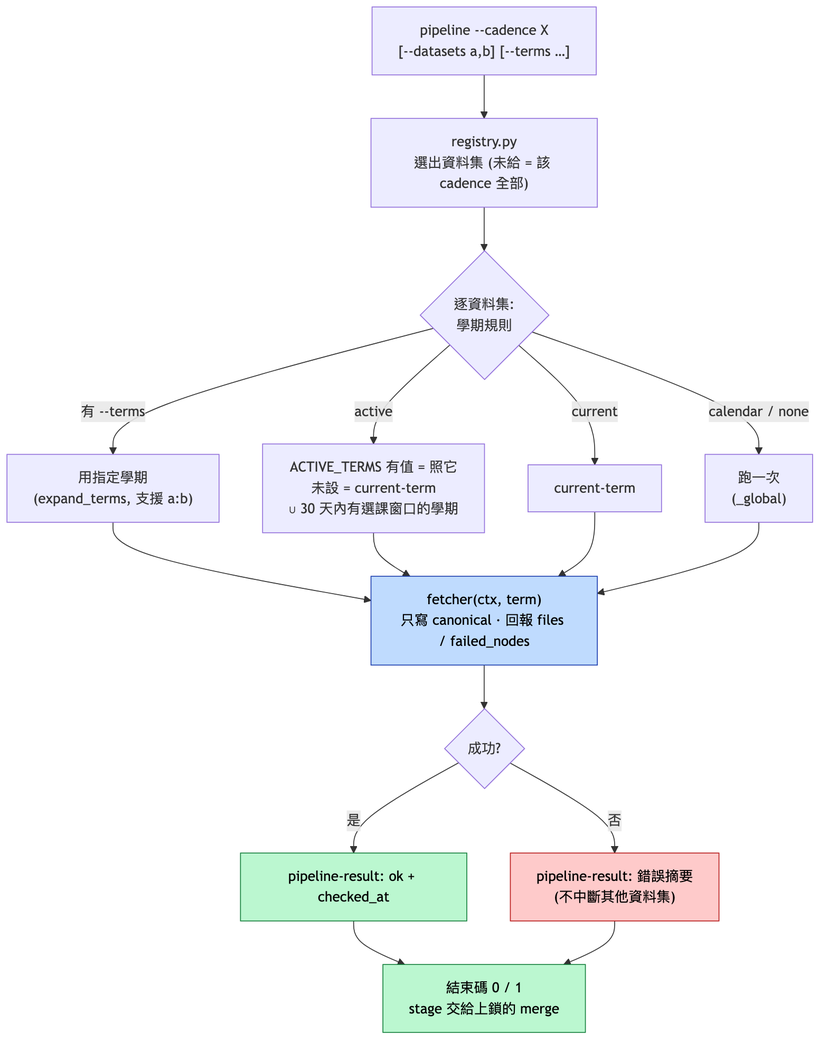
Before: docs/diagrams/04-crawl-logic.png, a diagram exported from Mermaid (poterpan/ntutbox-course). Its source is kept beside it as docs/diagrams/04-crawl-logic.mmd.
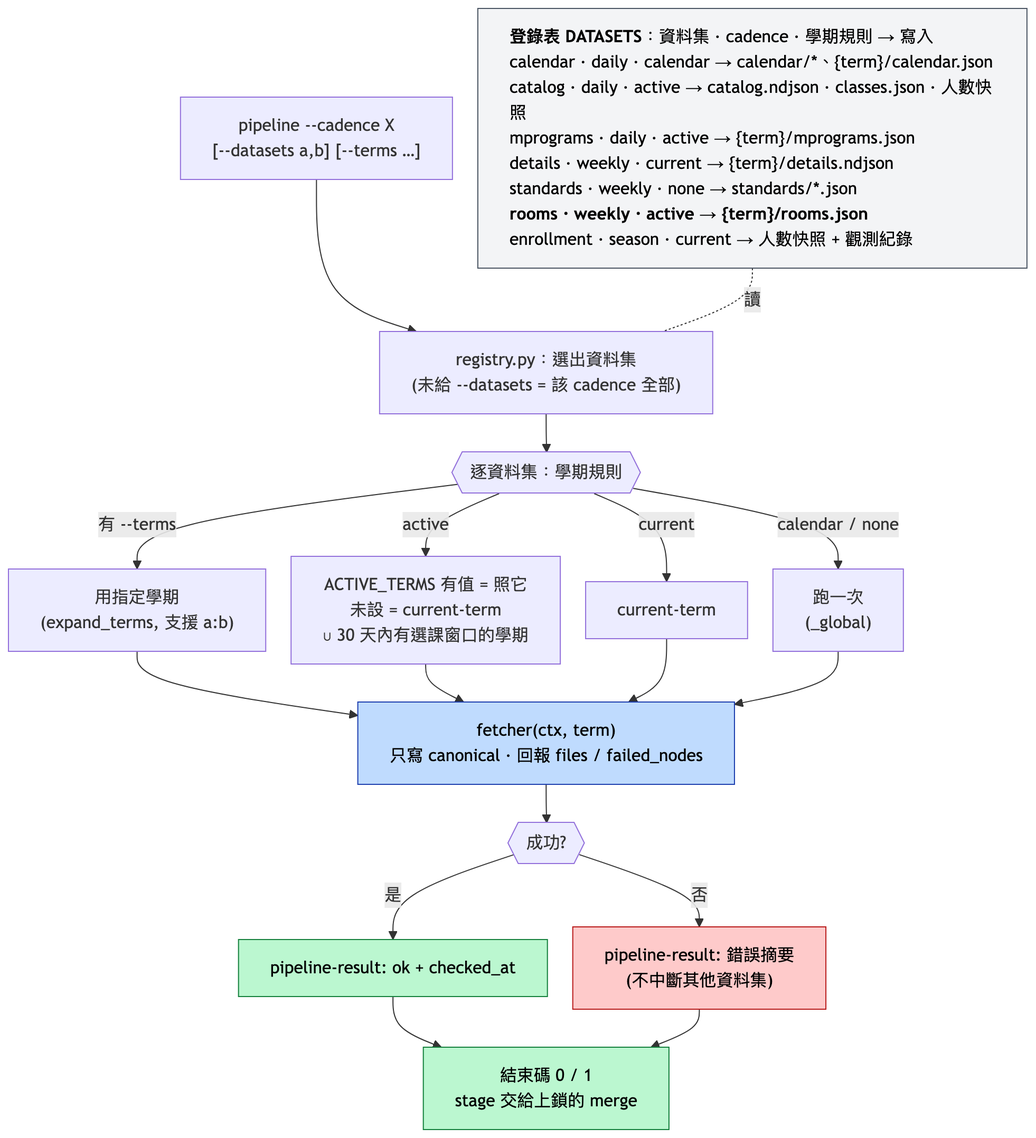
After the commit.

What changed in the source:
```diff
@@ -1,6 +1,16 @@
-flowchart TD
-    A["pipeline --cadence X<br/>[--datasets a,b] [--terms …]"] --> B["registry.py<br/>選出資料集 (未給 = 該 cadence 全部)"]
-    B --> C{"逐資料集:<br/>學期規則"}
+---
+config:
+  flowchart:
+    useMaxWidth: false
+    wrappingWidth: 460
+    nodeSpacing: 24
+    rankSpacing: 36
+---
+flowchart TB
+    A["pipeline --cadence X<br/>[--datasets a,b] [--terms …]"] --> B["registry.py：選出資料集<br/>(未給 --datasets = 該 cadence 全部)"]
+    REG["<b>登錄表 DATASETS</b>：資料集 · cadence · 學期規則 → 寫入<br/>calendar · daily · calendar → calendar/*、{term}/calendar.json<br/>catalog · daily · active → catalog.ndjson · classes.json · 人數快照<br/>mprograms · daily · active → {term}/mprograms.json<br/>details · weekly · current → {term}/details.ndjson<br/>standards · weekly · none → standards/*.json<br/><b>rooms · weekly · active → {term}/rooms.json</b><br/>enrollment · season · current → 人數快照 + 觀測紀錄"]
+    REG -.-|讀| B
+    B --> C{{"逐資料集：學期規則"}}
     C -->|"有 --terms"| T0["用指定學期<br/>(expand_terms, 支援 a:b)"]
     C -->|"active"| T1["ACTIVE_TERMS 有值 = 照它<br/>未設 = current-term<br/>∪ 30 天內有選課窗口的學期"]
     C -->|"current"| T2["current-term"]
@@ -9,7 +19,7 @@
     T1 --> F
     T2 --> F
     T3 --> F
-    F["fetcher(ctx, term)<br/>只寫 canonical · 回報 files / failed_nodes"] --> G{"成功?"}
+    F["fetcher(ctx, term)<br/>只寫 canonical · 回報 files / failed_nodes"] --> G{{"成功?"}}
     G -->|是| OK["pipeline-result: ok + checked_at"]
     G -->|否| NG["pipeline-result: 錯誤摘要<br/>(不中斷其他資料集)"]
     OK --> R["結束碼 0 / 1<br/>stage 交給上鎖的 merge"]
@@ -18,6 +28,8 @@
     classDef crawl fill:#bfdbfe,stroke:#1e40af,color:#000
     classDef done fill:#bbf7d0,stroke:#15803d,color:#000
     classDef bad fill:#fecaca,stroke:#b91c1c,color:#000
+    classDef reg fill:#f3f4f6,stroke:#4b5563,color:#000,text-align:left
     class F crawl
     class OK,R done
     class NG bad
+    class REG reg
```
